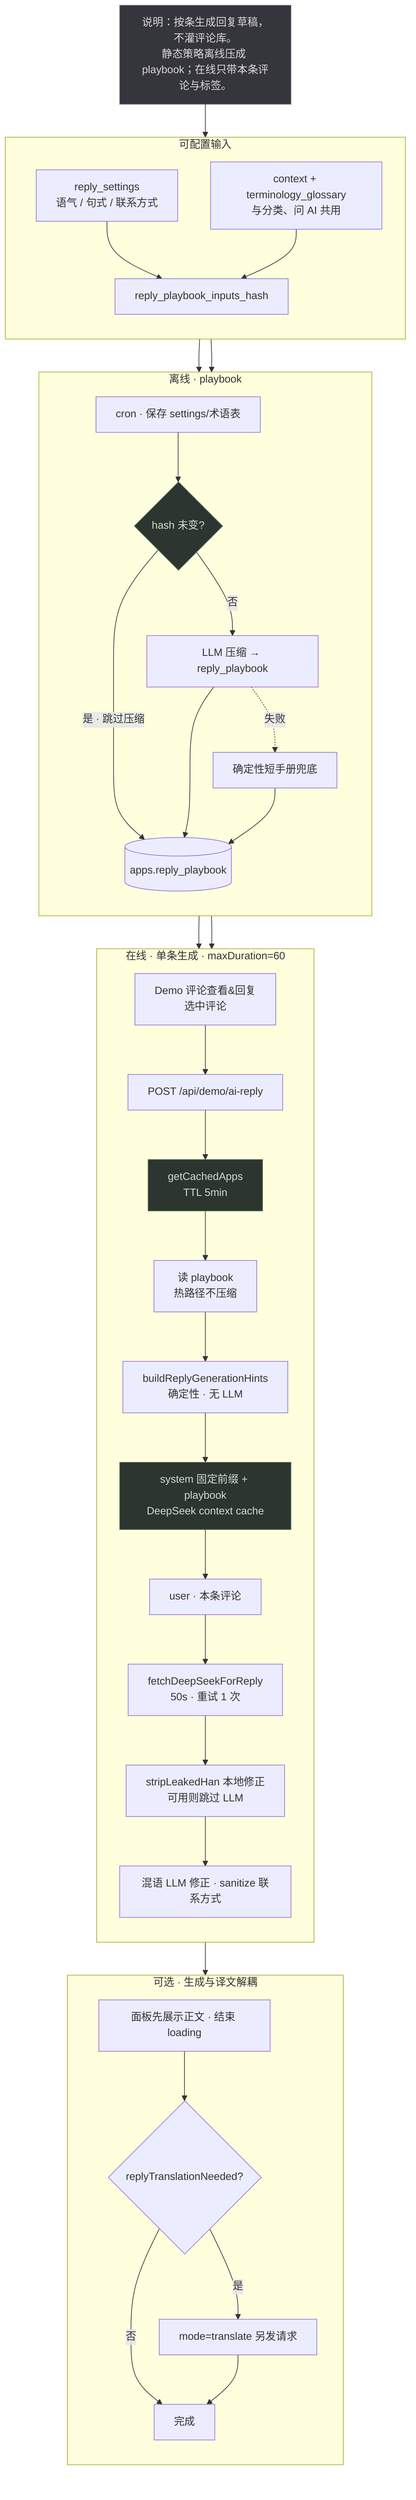
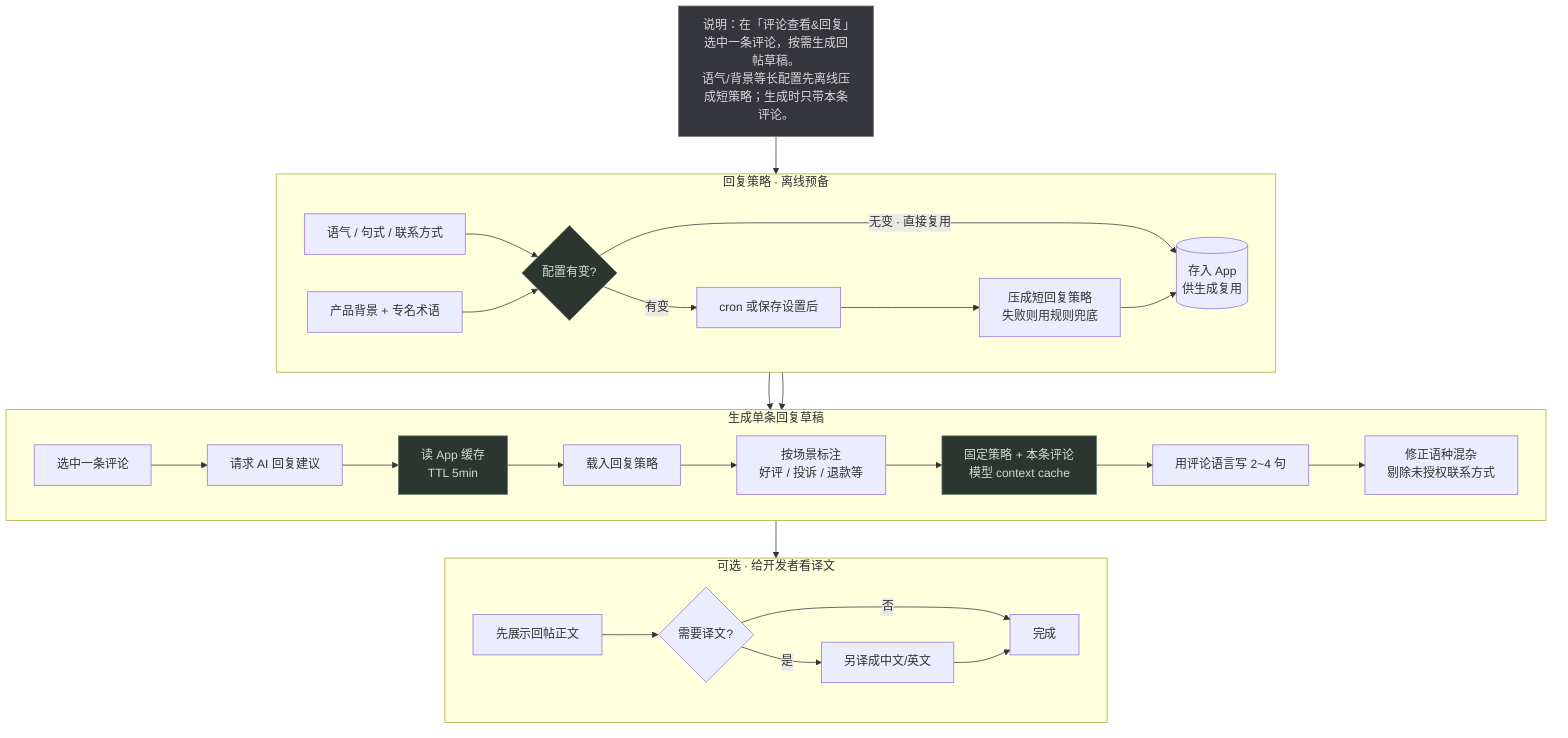
flowchart TB
  classDef note fill:#35353c,stroke:#707080,stroke-width:1px,color:#d8d8dc
  classDef cache fill:#2c3530,stroke:#5a7a62,stroke-width:1px,color:#d0dcd4

-   NOTE_REPLY["说明：按条生成回复草稿，不灌评论库。<br/>静态策略离线压成 playbook；在线只带本条评论与标签。"]
+   NOTE_REPLY["说明：在「评论查看&回复」选中一条评论，按需生成回帖草稿。<br/>语气/背景等长配置先离线压成短策略；生成时只带本条评论。"]
  class NOTE_REPLY note

-   subgraph config [可配置输入]
-     direction TB
-     RS[reply_settings<br/>语气 / 句式 / 联系方式]
-     SHARED[context + terminology_glossary<br/>与分类、问 AI 共用]
-     RS --> HASH
-     SHARED --> HASH[reply_playbook_inputs_hash]
+   subgraph prep [回复策略 · 离线预备]
+     direction LR
+     RS[语气 / 句式 / 联系方式]
+     SHARED[产品背景 + 专名术语]
+     CHANGED{配置有变?}
+     TRIG[cron 或保存设置后]
+     COMP[压成短回复策略<br/>失败则用规则兜底]
+     STORE[(存入 App<br/>供生成复用)]
+     RS --> CHANGED
+     SHARED --> CHANGED
+     CHANGED -->|无变 · 直接复用| STORE
+     CHANGED -->|有变| TRIG --> COMP --> STORE
  end

-   subgraph offline [离线 · playbook]
-     direction TB
-     TRIG[cron · 保存 settings/术语表]
-     SKIP{hash 未变?}
-     COMP[LLM 压缩 → reply_playbook]
-     FB[确定性短手册兜底]
-     STORE[(apps.reply_playbook)]
-     HASH --> TRIG --> SKIP
-     SKIP -->|是 · 跳过压缩| STORE
-     SKIP -->|否| COMP --> STORE
-     COMP -.->|失败| FB --> STORE
+   subgraph gen [生成单条回复草稿]
+     direction LR
+     UI[选中一条评论]
+     ROUTE[请求 AI 回复建议]
+     APPCACHE[读 App 缓存<br/>TTL 5min]
+     POLICY[载入回复策略]
+     HINTS[按场景标注<br/>好评 / 投诉 / 退款等]
+     SYS[固定策略 + 本条评论<br/>模型 context cache]
+     WRITE[用评论语言写 2~4 句]
+     FIX[修正语种混杂<br/>剔除未授权联系方式]
+     UI --> ROUTE --> APPCACHE --> POLICY --> HINTS --> SYS --> WRITE --> FIX
  end

-   subgraph online [在线 · 单条生成 · maxDuration=60]
-     direction TB
-     UI[Demo 评论查看&回复<br/>选中评论]
-     ROUTE[POST /api/demo/ai-reply]
-     APPCACHE[getCachedApps<br/>TTL 5min]
-     RESOLVE[读 playbook<br/>热路径不压缩]
-     HINTS[buildReplyGenerationHints<br/>确定性 · 无 LLM]
-     SYS["system 固定前缀 + playbook<br/>DeepSeek context cache"]
-     USER[user · 本条评论]
-     DS[fetchDeepSeekForReply<br/>50s · 重试 1 次]
-     STRIP[stripLeakedHan 本地修正<br/>可用则跳过 LLM]
-     POST[混语 LLM 修正 · sanitize 联系方式]
-     UI --> ROUTE --> APPCACHE --> RESOLVE --> HINTS
-     HINTS --> SYS --> USER --> DS --> STRIP --> POST
-   end
- 
-   subgraph extra [可选 · 生成与译文解耦]
-     direction TB
-     SHOW[面板先展示正文 · 结束 loading]
-     TRCHK{replyTranslationNeeded?}
-     TR[mode=translate 另发请求]
-     POST --> SHOW --> TRCHK
-     TRCHK -->|否| DONE[完成]
+   subgraph extra [可选 · 给开发者看译文]
+     direction LR
+     SHOW[先展示回帖正文]
+     TRCHK{需要译文?}
+     TR[另译成中文/英文]
+     DONE[完成]
+     SHOW --> TRCHK
+     TRCHK -->|否| DONE
    TRCHK -->|是| TR --> DONE
  end

-   class APPCACHE,SKIP,SYS cache
+   class APPCACHE,CHANGED,SYS cache

-   NOTE_REPLY --> config
-   STORE --> RESOLVE
-   config --> offline
-   offline --> online
+   NOTE_REPLY --> prep
+   STORE --> POLICY
+   prep --> gen
+   FIX --> SHOW
